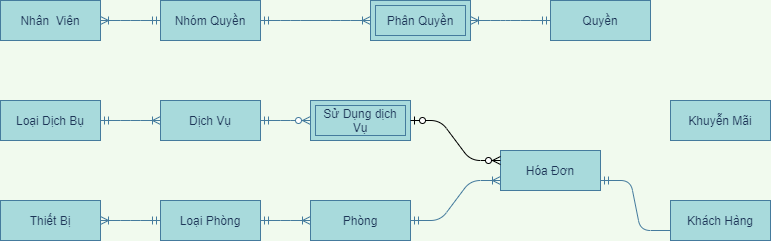
maialino123/QLKS keeps this draw.io diagram as EntityRelationship-QLKS.png. Above is the earlier version. Source tidied: cells renumbered, new cells last; positions are measured from the earlier drawing's top-left corner, leaving out a move shared by most shapes.
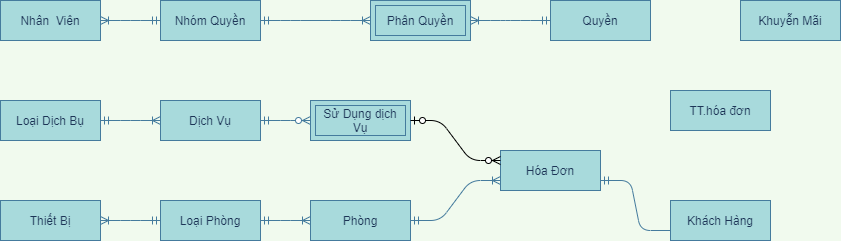
The same diagram one commit later.

The edit, as a diff of the source:
```diff
@@ -42,7 +42,7 @@
       <mxGeometry x="160" y="100" width="100" height="40" as="geometry" />
     </mxCell>
     <mxCell id="15" value="Khuyễn Mãi" style="whiteSpace=wrap;html=1;align=center;rounded=0;sketch=0;strokeColor=#457B9D;fillColor=#A8DADC;fontColor=#1D3557;" parent="1" vertex="1">
-      <mxGeometry x="670" y="100" width="100" height="40" as="geometry" />
+      <mxGeometry x="740" width="100" height="40" as="geometry" />
     </mxCell>
     <mxCell id="16" value="Thiết Bị" style="whiteSpace=wrap;html=1;align=center;rounded=0;sketch=0;strokeColor=#457B9D;fillColor=#A8DADC;fontColor=#1D3557;" parent="1" vertex="1">
       <mxGeometry y="200" width="100" height="40" as="geometry" />
@@ -71,5 +71,8 @@
     <mxCell id="24" style="edgeStyle=entityRelationEdgeStyle;fontSize=12;html=1;endArrow=ERzeroToMany;startArrow=ERzeroToOne;exitX=1;exitY=0.5;exitDx=0;exitDy=0;entryX=0;entryY=0.25;entryDx=0;entryDy=0;" parent="1" edge="1" source="6" target="20">
       <mxGeometry relative="1" as="geometry" />
     </mxCell>
+    <mxCell id="25" value="TT.hóa đơn" style="whiteSpace=wrap;html=1;align=center;rounded=0;sketch=0;strokeColor=#457B9D;fillColor=#A8DADC;fontColor=#1D3557;" parent="1" vertex="1">
+      <mxGeometry x="670" y="90" width="100" height="40" as="geometry" />
+    </mxCell>
   </root>
 </mxGraphModel>
```
